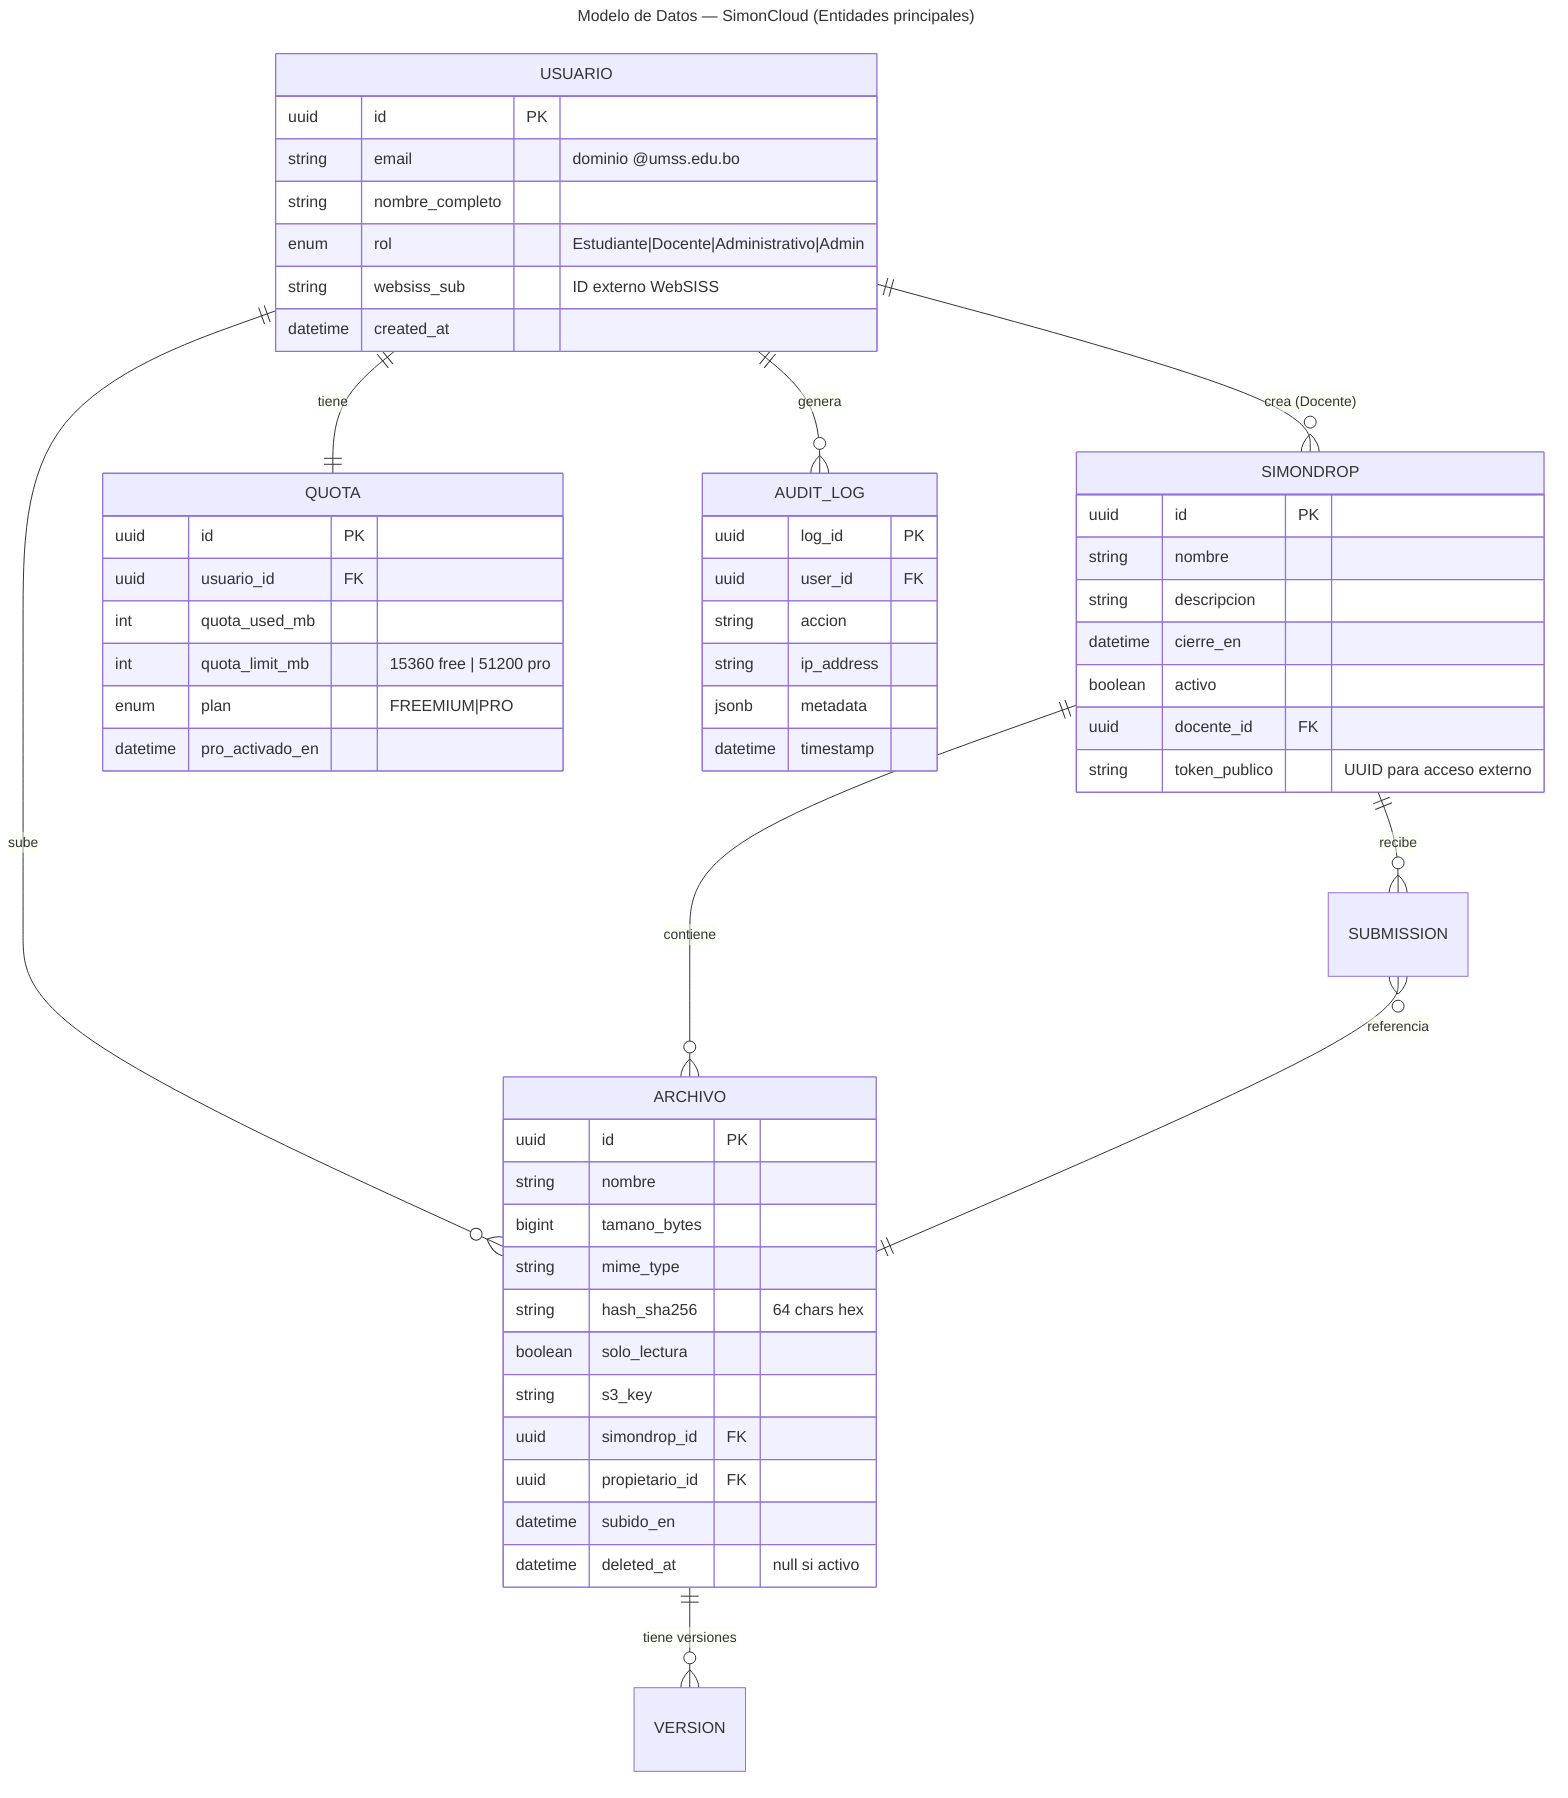
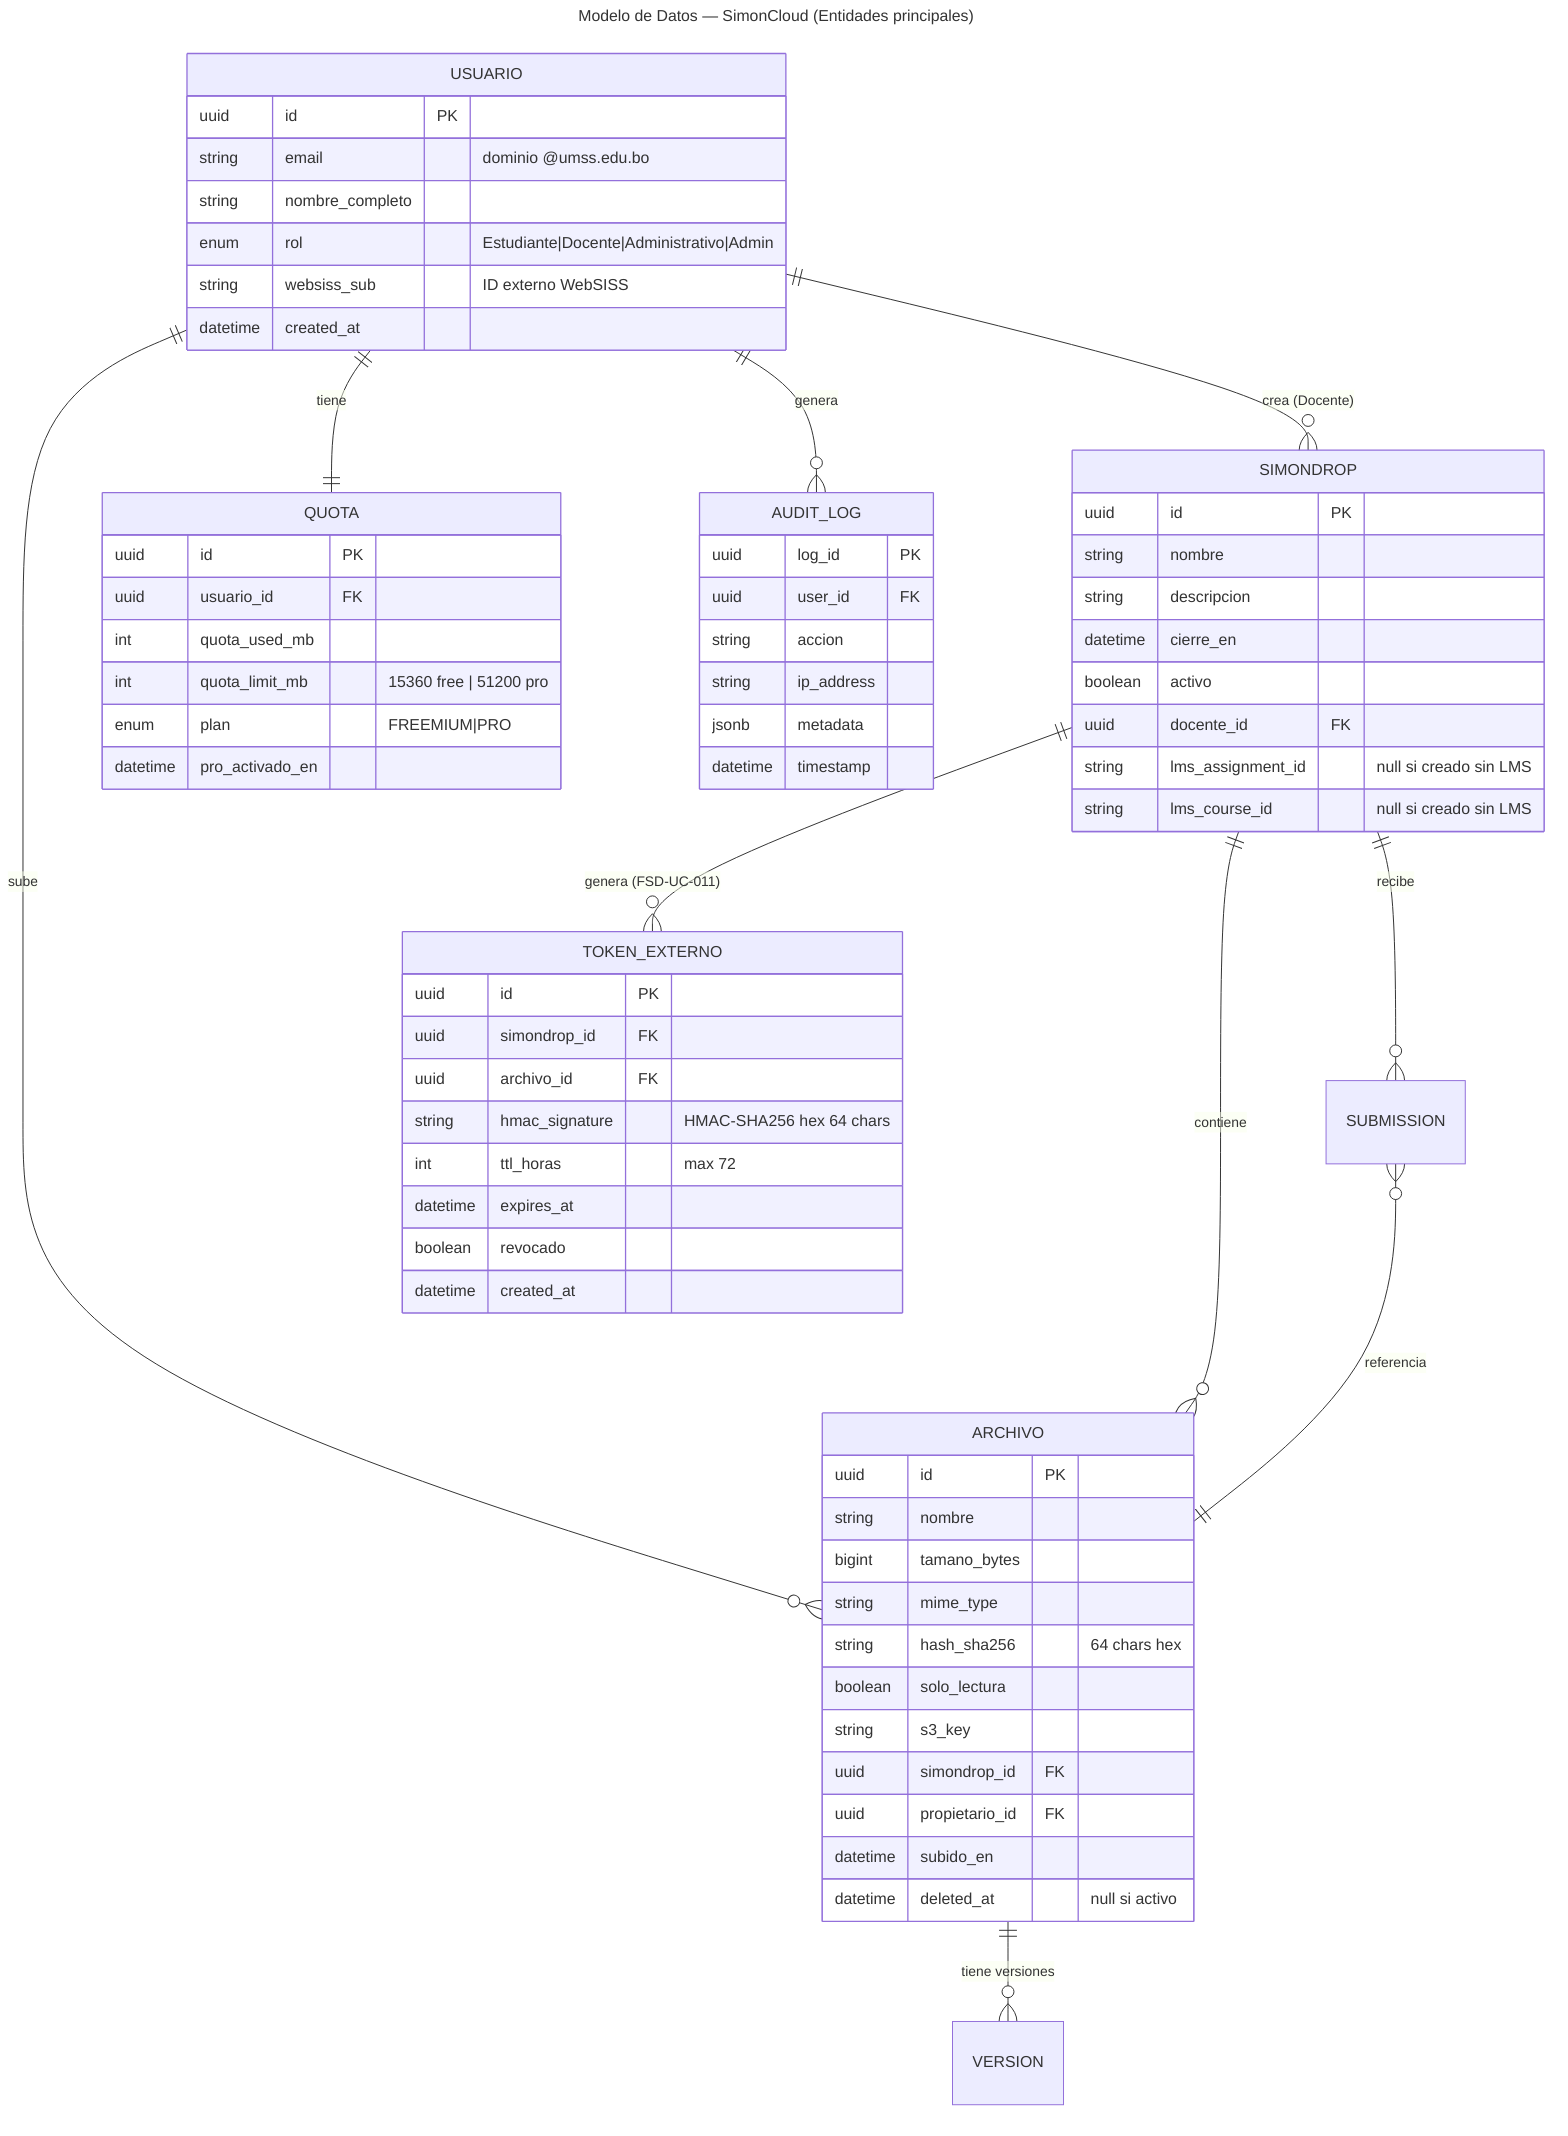
---
title: "Modelo de Datos — SimonCloud (Entidades principales)"
---
erDiagram
    USUARIO ||--o{ ARCHIVO : "sube"
    USUARIO ||--o{ SIMONDROP : "crea (Docente)"
    USUARIO ||--|| QUOTA : "tiene"
    SIMONDROP ||--o{ ARCHIVO : "contiene"
    SIMONDROP ||--o{ SUBMISSION : "recibe"
+     SIMONDROP ||--o{ TOKEN_EXTERNO : "genera (FSD-UC-011)"
    SUBMISSION }o--|| ARCHIVO : "referencia"
    ARCHIVO ||--o{ VERSION : "tiene versiones"
    USUARIO ||--o{ AUDIT_LOG : "genera"

    USUARIO {
        uuid id PK
        string email "dominio @umss.edu.bo"
        string nombre_completo
        enum rol "Estudiante|Docente|Administrativo|Admin"
        string websiss_sub "ID externo WebSISS"
        datetime created_at
    }

    ARCHIVO {
        uuid id PK
        string nombre
        bigint tamano_bytes
        string mime_type
        string hash_sha256 "64 chars hex"
        boolean solo_lectura
        string s3_key
        uuid simondrop_id FK
        uuid propietario_id FK
        datetime subido_en
        datetime deleted_at "null si activo"
    }

    SIMONDROP {
        uuid id PK
        string nombre
        string descripcion
        datetime cierre_en
        boolean activo
        uuid docente_id FK
-         string token_publico "UUID para acceso externo"
+         string lms_assignment_id "null si creado sin LMS"
+         string lms_course_id "null si creado sin LMS"
+     }
+ 
+     TOKEN_EXTERNO {
+         uuid id PK
+         uuid simondrop_id FK
+         uuid archivo_id FK
+         string hmac_signature "HMAC-SHA256 hex 64 chars"
+         int ttl_horas "max 72"
+         datetime expires_at
+         boolean revocado
+         datetime created_at
    }

    QUOTA {
        uuid id PK
        uuid usuario_id FK
        int quota_used_mb
        int quota_limit_mb "15360 free | 51200 pro"
        enum plan "FREEMIUM|PRO"
        datetime pro_activado_en
    }

    AUDIT_LOG {
        uuid log_id PK
        uuid user_id FK
        string accion
        string ip_address
        jsonb metadata
        datetime timestamp
    }
